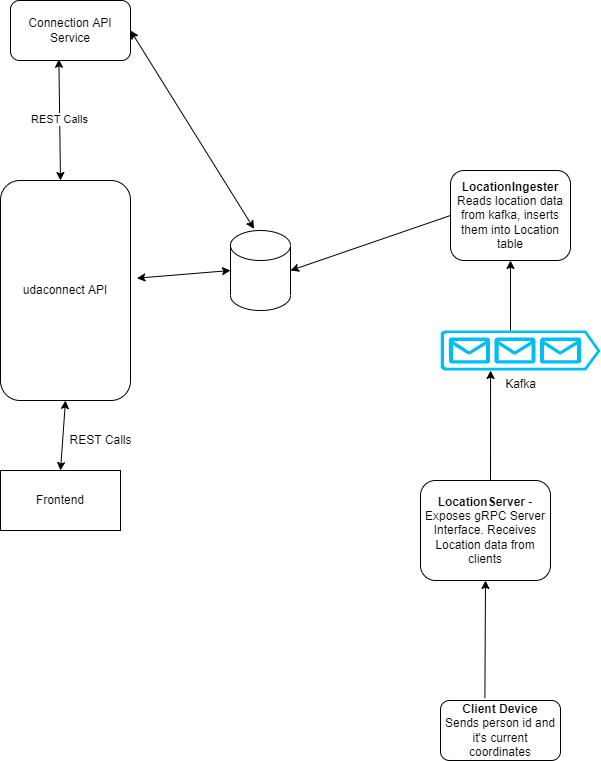
Before: docs/architecture_design.png, a diagram exported from draw.io (udacity/cd0309-message-passing-projects-starter). Source tidied: cells renumbered, new cells last; positions are measured from the earlier drawing's top-left corner, leaving out a move shared by most shapes.
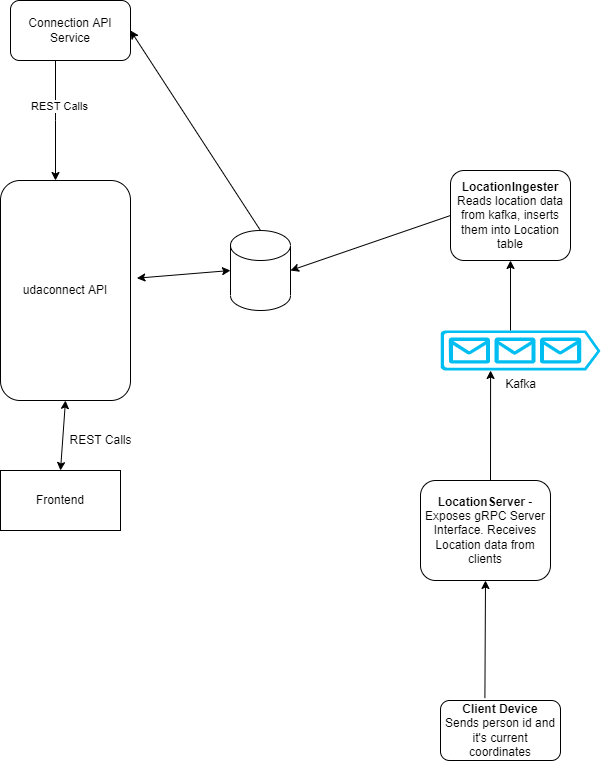
The same diagram one commit later.

Commit message:
Changed arrows to incorporate review feedback.

Diff of the diagram source:
```diff
@@ -51,13 +51,20 @@
     <mxCell id="16" value="Connection API Service" style="rounded=1;whiteSpace=wrap;html=1;" parent="1" vertex="1">
       <mxGeometry x="10" width="120" height="60" as="geometry" />
     </mxCell>
-    <mxCell id="17" style="endArrow=classic;startArrow=classic;html=1;rounded=0;entryX=0.393;entryY=-0.02;entryDx=0;entryDy=0;entryPerimeter=0;exitX=1;exitY=0.5;exitDx=0;exitDy=0;" parent="1" edge="1" source="16" target="3">
-      <mxGeometry relative="1" as="geometry" />
-    </mxCell>
+    <mxCell id="19" style="endArrow=classic;html=1;rounded=0;" parent="1" edge="1">
+      <mxGeometry relative="1" as="geometry">
+        <mxPoint x="55" y="60" as="sourcePoint" />
+        <mxPoint x="55" y="180" as="targetPoint" />
+        <Array as="points">
+          <mxPoint x="55" y="120" />
+        </Array>
+      </mxGeometry>
+    </mxCell>
-    <mxCell id="18" value="REST Calls&lt;br&gt;" style="endArrow=classic;startArrow=classic;html=1;rounded=0;entryX=0.403;entryY=0.98;entryDx=0;entryDy=0;entryPerimeter=0;" parent="1" edge="1" target="16">
-      <mxGeometry relative="1" as="geometry">
-        <mxPoint x="60" y="180" as="sourcePoint" />
-      </mxGeometry>
+    <mxCell id="18" value="REST Calls" style="edgeLabel;html=1;align=center;verticalAlign=middle;" parent="19" vertex="1">
+      <mxGeometry x="-0.24" y="3" relative="1" as="geometry" />
     </mxCell>
+    <mxCell id="20" style="endArrow=classic;html=1;rounded=0;entryX=1;entryY=0.5;entryDx=0;entryDy=0;exitX=0.5;exitY=0;exitDx=0;exitDy=0;exitPerimeter=0;" parent="1" edge="1" source="3" target="16">
+      <mxGeometry relative="1" as="geometry" />
+    </mxCell>
   </root>
 </mxGraphModel>
```
